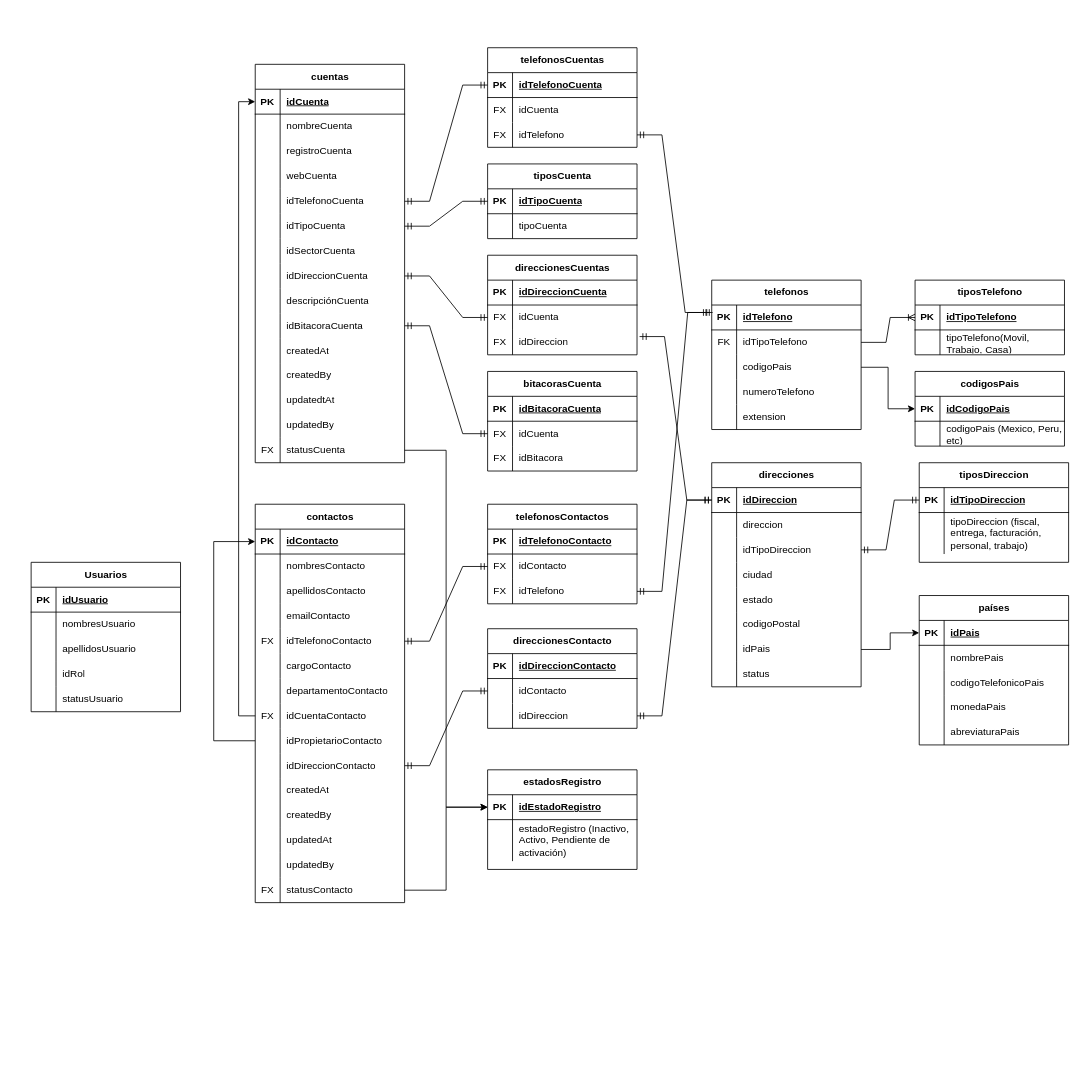
Earlier version of the draw.io diagram bd people.drawio (ocpdata/BDPeople). Source tidied: cells renumbered, new cells numbered last; positions are measured from the earlier drawing's top-left corner, leaving out a move shared by most shapes. Both pictures are drawn from the tidied source at 83%, with x=0, y=0 at pixel (31, 47).
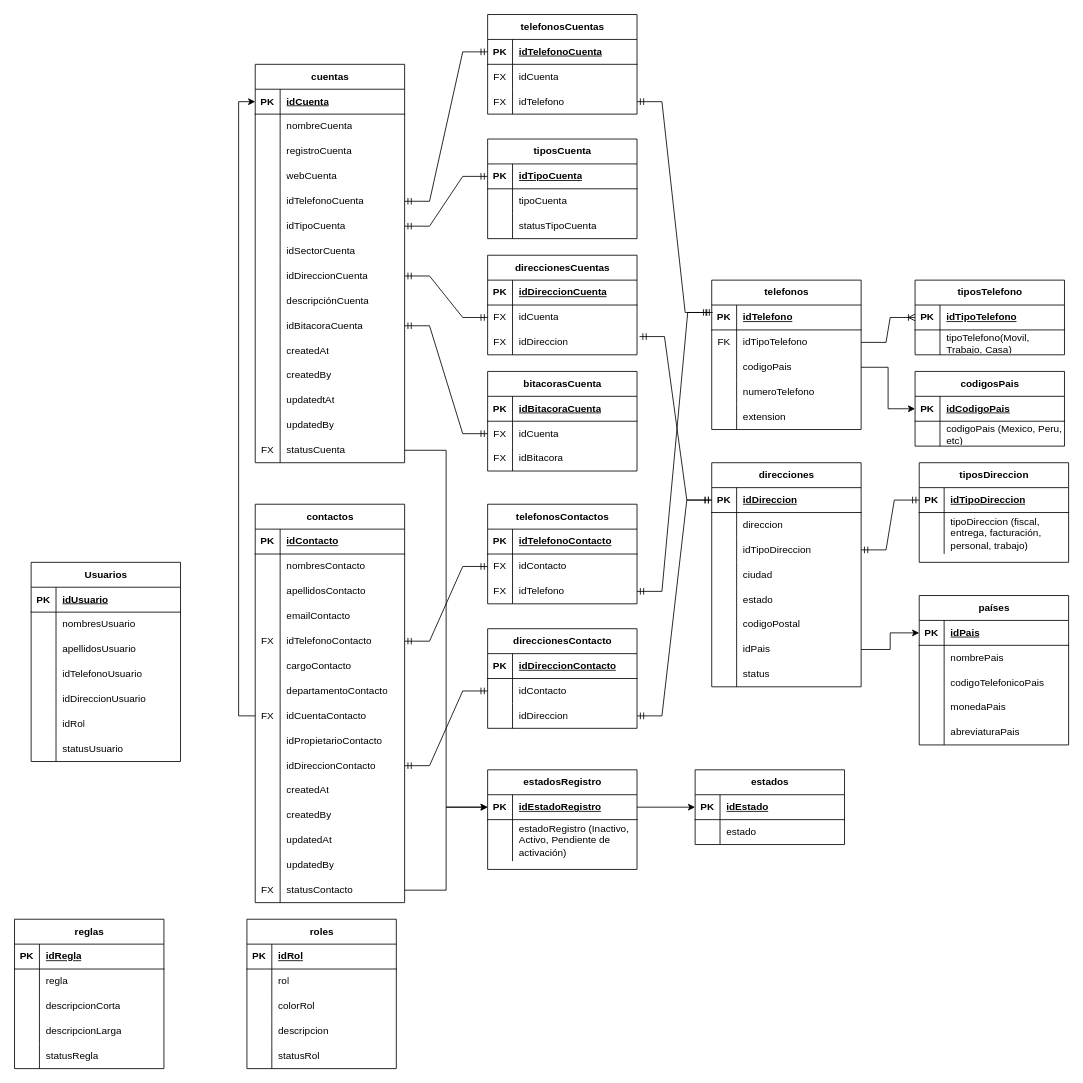
Above is the later version.

The change refers to these unchanged cells:
```xml
<mxCell id="49" style="shape=tableRow;horizontal=0;startSize=0;swimlaneHead=0;swimlaneBody=0;fillColor=none;points=[[0,0.5],[1,0.5]];portConstraint=eastwest;top=0;left=0;right=0;bottom=1;" parent="48" vertex="1">
  <mxGeometry y="30" width="180" height="30" as="geometry" />
</mxCell>
<mxCell id="73" style="shape=tableRow;horizontal=0;startSize=0;swimlaneHead=0;swimlaneBody=0;fillColor=none;points=[[0,0.5],[1,0.5]];portConstraint=eastwest;top=0;left=0;right=0;bottom=0;" parent="48" vertex="1">
  <mxGeometry y="270" width="180" height="30" as="geometry" />
</mxCell>
<mxCell id="245" style="shape=tableRow;horizontal=0;startSize=0;swimlaneHead=0;swimlaneBody=0;fillColor=none;points=[[0,0.5],[1,0.5]];portConstraint=eastwest;top=0;left=0;right=0;bottom=1;" parent="244" vertex="1">
  <mxGeometry y="30" width="180" height="30" as="geometry" />
</mxCell>
```

The edit, as a diff of the source:
```diff
@@
-    <mxCell id="163" style="edgeStyle=orthogonalEdgeStyle;rounded=0;jettySize=auto;html=1;exitX=0;exitY=0.5;exitDx=0;exitDy=0;entryX=0;entryY=0.5;entryDx=0;entryDy=0;" parent="1" edge="1" source="73" target="49">
-      <mxGeometry relative="1" as="geometry">
-        <Array as="points">
-          <mxPoint x="220" y="835" />
-          <mxPoint x="220" y="595" />
-        </Array>
-      </mxGeometry>
-    </mxCell>
@@
     <mxCell id="166" value="telefonosCuentas" style="shape=table;startSize=30;childLayout=tableLayout;rowLines=0;fontStyle=1;align=center;html=1;" parent="1" vertex="1">
-      <mxGeometry x="550" width="180" height="120" as="geometry" />
+      <mxGeometry x="550" y="-40" width="180" height="120" as="geometry" />
     </mxCell>
@@
     <mxCell id="200" value="tiposCuenta" style="shape=table;startSize=30;childLayout=tableLayout;rowLines=0;fontStyle=1;align=center;html=1;" parent="1" vertex="1">
-      <mxGeometry x="550" y="140" width="180" height="90" as="geometry" />
+      <mxGeometry x="550" y="110" width="180" height="120" as="geometry" />
     </mxCell>
@@
+    <mxCell id="270" style="shape=tableRow;horizontal=0;startSize=0;swimlaneHead=0;swimlaneBody=0;fillColor=none;top=0;left=0;right=0;bottom=0;" parent="200" vertex="1">
+      <mxGeometry y="90" width="180" height="30" as="geometry" />
+    </mxCell>
+    <mxCell id="271" style="shape=partialRectangle;fillColor=none;top=0;left=0;bottom=0;right=0;overflow=hidden;whiteSpace=wrap;html=1;" parent="270" vertex="1">
+      <mxGeometry width="30" height="30" as="geometry" />
+    </mxCell>
+    <mxCell id="272" value="statusTipoCuenta" style="shape=partialRectangle;fillColor=none;top=0;left=0;bottom=0;right=0;align=left;spacingLeft=6;overflow=hidden;whiteSpace=wrap;html=1;" parent="270" vertex="1">
+      <mxGeometry x="30" width="150" height="30" as="geometry" />
+    </mxCell>
@@
     <mxCell id="254" value="Usuarios" style="shape=table;startSize=30;childLayout=tableLayout;rowLines=0;fontStyle=1;align=center;html=1;" parent="1" vertex="1">
-      <mxGeometry y="620" width="180" height="180" as="geometry" />
+      <mxGeometry y="620" width="180" height="240" as="geometry" />
     </mxCell>
@@
+    <mxCell id="273" style="shape=tableRow;horizontal=0;startSize=0;swimlaneHead=0;swimlaneBody=0;fillColor=none;top=0;left=0;right=0;bottom=0;" parent="254" vertex="1">
+      <mxGeometry y="120" width="180" height="30" as="geometry" />
+    </mxCell>
+    <mxCell id="274" style="shape=partialRectangle;fillColor=none;top=0;left=0;bottom=0;right=0;overflow=hidden;whiteSpace=wrap;html=1;" parent="273" vertex="1">
+      <mxGeometry width="30" height="30" as="geometry" />
+    </mxCell>
+    <mxCell id="275" value="idTelefonoUsuario" style="shape=partialRectangle;fillColor=none;top=0;left=0;bottom=0;right=0;align=left;spacingLeft=6;overflow=hidden;whiteSpace=wrap;html=1;" parent="273" vertex="1">
+      <mxGeometry x="30" width="150" height="30" as="geometry" />
+    </mxCell>
+    <mxCell id="276" style="shape=tableRow;horizontal=0;startSize=0;swimlaneHead=0;swimlaneBody=0;fillColor=none;top=0;left=0;right=0;bottom=0;" parent="254" vertex="1">
+      <mxGeometry y="150" width="180" height="30" as="geometry" />
+    </mxCell>
+    <mxCell id="277" style="shape=partialRectangle;fillColor=none;top=0;left=0;bottom=0;right=0;overflow=hidden;whiteSpace=wrap;html=1;" parent="276" vertex="1">
+      <mxGeometry width="30" height="30" as="geometry" />
+    </mxCell>
+    <mxCell id="278" value="idDireccionUsuario" style="shape=partialRectangle;fillColor=none;top=0;left=0;bottom=0;right=0;align=left;spacingLeft=6;overflow=hidden;whiteSpace=wrap;html=1;" parent="276" vertex="1">
+      <mxGeometry x="30" width="150" height="30" as="geometry" />
+    </mxCell>
     <mxCell id="264" style="shape=tableRow;horizontal=0;startSize=0;swimlaneHead=0;swimlaneBody=0;fillColor=none;top=0;left=0;right=0;bottom=0;" parent="254" vertex="1">
-      <mxGeometry y="120" width="180" height="30" as="geometry" />
+      <mxGeometry y="180" width="180" height="30" as="geometry" />
     </mxCell>
@@
     <mxCell id="267" style="shape=tableRow;horizontal=0;startSize=0;swimlaneHead=0;swimlaneBody=0;fillColor=none;top=0;left=0;right=0;bottom=0;" parent="254" vertex="1">
-      <mxGeometry y="150" width="180" height="30" as="geometry" />
+      <mxGeometry y="210" width="180" height="30" as="geometry" />
     </mxCell>
@@
+    <mxCell id="279" value="reglas" style="shape=table;startSize=30;childLayout=tableLayout;rowLines=0;fontStyle=1;align=center;html=1;" parent="1" vertex="1">
+      <mxGeometry x="-20" y="1050" width="180" height="180" as="geometry" />
+    </mxCell>
+    <mxCell id="280" style="shape=tableRow;horizontal=0;startSize=0;swimlaneHead=0;swimlaneBody=0;fillColor=none;top=0;left=0;right=0;bottom=1;" parent="279" vertex="1">
+      <mxGeometry y="30" width="180" height="30" as="geometry" />
+    </mxCell>
+    <mxCell id="281" value="PK" style="shape=partialRectangle;fillColor=none;top=0;left=0;bottom=0;right=0;fontStyle=1;overflow=hidden;whiteSpace=wrap;html=1;" parent="280" vertex="1">
+      <mxGeometry width="30" height="30" as="geometry" />
+    </mxCell>
+    <mxCell id="282" value="idRegla" style="shape=partialRectangle;fillColor=none;top=0;left=0;bottom=0;right=0;align=left;spacingLeft=6;fontStyle=5;overflow=hidden;whiteSpace=wrap;html=1;" parent="280" vertex="1">
+      <mxGeometry x="30" width="150" height="30" as="geometry" />
+    </mxCell>
+    <mxCell id="283" style="shape=tableRow;horizontal=0;startSize=0;swimlaneHead=0;swimlaneBody=0;fillColor=none;top=0;left=0;right=0;bottom=0;" parent="279" vertex="1">
+      <mxGeometry y="60" width="180" height="30" as="geometry" />
+    </mxCell>
+    <mxCell id="284" style="shape=partialRectangle;fillColor=none;top=0;left=0;bottom=0;right=0;overflow=hidden;whiteSpace=wrap;html=1;" parent="283" vertex="1">
+      <mxGeometry width="30" height="30" as="geometry" />
+    </mxCell>
+    <mxCell id="285" value="regla" style="shape=partialRectangle;fillColor=none;top=0;left=0;bottom=0;right=0;align=left;spacingLeft=6;overflow=hidden;whiteSpace=wrap;html=1;" parent="283" vertex="1">
+      <mxGeometry x="30" width="150" height="30" as="geometry" />
+    </mxCell>
+    <mxCell id="286" style="shape=tableRow;horizontal=0;startSize=0;swimlaneHead=0;swimlaneBody=0;fillColor=none;top=0;left=0;right=0;bottom=0;" parent="279" vertex="1">
+      <mxGeometry y="90" width="180" height="30" as="geometry" />
+    </mxCell>
+    <mxCell id="287" style="shape=partialRectangle;fillColor=none;top=0;left=0;bottom=0;right=0;overflow=hidden;whiteSpace=wrap;html=1;" parent="286" vertex="1">
+      <mxGeometry width="30" height="30" as="geometry" />
+    </mxCell>
+    <mxCell id="288" value="descripcionCorta" style="shape=partialRectangle;fillColor=none;top=0;left=0;bottom=0;right=0;align=left;spacingLeft=6;overflow=hidden;whiteSpace=wrap;html=1;" parent="286" vertex="1">
+      <mxGeometry x="30" width="150" height="30" as="geometry" />
+    </mxCell>
+    <mxCell id="289" style="shape=tableRow;horizontal=0;startSize=0;swimlaneHead=0;swimlaneBody=0;fillColor=none;top=0;left=0;right=0;bottom=0;" parent="279" vertex="1">
+      <mxGeometry y="120" width="180" height="30" as="geometry" />
+    </mxCell>
+    <mxCell id="290" style="shape=partialRectangle;fillColor=none;top=0;left=0;bottom=0;right=0;overflow=hidden;whiteSpace=wrap;html=1;" parent="289" vertex="1">
+      <mxGeometry width="30" height="30" as="geometry" />
+    </mxCell>
+    <mxCell id="291" value="descripcionLarga" style="shape=partialRectangle;fillColor=none;top=0;left=0;bottom=0;right=0;align=left;spacingLeft=6;overflow=hidden;whiteSpace=wrap;html=1;" parent="289" vertex="1">
+      <mxGeometry x="30" width="150" height="30" as="geometry" />
+    </mxCell>
+    <mxCell id="292" style="shape=tableRow;horizontal=0;startSize=0;swimlaneHead=0;swimlaneBody=0;fillColor=none;top=0;left=0;right=0;bottom=0;" parent="279" vertex="1">
+      <mxGeometry y="150" width="180" height="30" as="geometry" />
+    </mxCell>
+    <mxCell id="293" style="shape=partialRectangle;fillColor=none;top=0;left=0;bottom=0;right=0;overflow=hidden;whiteSpace=wrap;html=1;" parent="292" vertex="1">
+      <mxGeometry width="30" height="30" as="geometry" />
+    </mxCell>
+    <mxCell id="294" value="statusRegla" style="shape=partialRectangle;fillColor=none;top=0;left=0;bottom=0;right=0;align=left;spacingLeft=6;overflow=hidden;whiteSpace=wrap;html=1;" parent="292" vertex="1">
+      <mxGeometry x="30" width="150" height="30" as="geometry" />
+    </mxCell>
+    <mxCell id="295" value="roles" style="shape=table;startSize=30;childLayout=tableLayout;rowLines=0;fontStyle=1;align=center;html=1;" parent="1" vertex="1">
+      <mxGeometry x="260" y="1050" width="180" height="180" as="geometry" />
+    </mxCell>
+    <mxCell id="296" style="shape=tableRow;horizontal=0;startSize=0;swimlaneHead=0;swimlaneBody=0;fillColor=none;top=0;left=0;right=0;bottom=1;" parent="295" vertex="1">
+      <mxGeometry y="30" width="180" height="30" as="geometry" />
+    </mxCell>
+    <mxCell id="297" value="PK" style="shape=partialRectangle;fillColor=none;top=0;left=0;bottom=0;right=0;fontStyle=1;overflow=hidden;whiteSpace=wrap;html=1;" parent="296" vertex="1">
+      <mxGeometry width="30" height="30" as="geometry" />
+    </mxCell>
+    <mxCell id="298" value="idRol" style="shape=partialRectangle;fillColor=none;top=0;left=0;bottom=0;right=0;align=left;spacingLeft=6;fontStyle=5;overflow=hidden;whiteSpace=wrap;html=1;" parent="296" vertex="1">
+      <mxGeometry x="30" width="150" height="30" as="geometry" />
+    </mxCell>
+    <mxCell id="299" style="shape=tableRow;horizontal=0;startSize=0;swimlaneHead=0;swimlaneBody=0;fillColor=none;top=0;left=0;right=0;bottom=0;" parent="295" vertex="1">
+      <mxGeometry y="60" width="180" height="30" as="geometry" />
+    </mxCell>
+    <mxCell id="300" style="shape=partialRectangle;fillColor=none;top=0;left=0;bottom=0;right=0;overflow=hidden;whiteSpace=wrap;html=1;" parent="299" vertex="1">
+      <mxGeometry width="30" height="30" as="geometry" />
+    </mxCell>
+    <mxCell id="301" value="rol" style="shape=partialRectangle;fillColor=none;top=0;left=0;bottom=0;right=0;align=left;spacingLeft=6;overflow=hidden;whiteSpace=wrap;html=1;" parent="299" vertex="1">
+      <mxGeometry x="30" width="150" height="30" as="geometry" />
+    </mxCell>
+    <mxCell id="302" style="shape=tableRow;horizontal=0;startSize=0;swimlaneHead=0;swimlaneBody=0;fillColor=none;top=0;left=0;right=0;bottom=0;" parent="295" vertex="1">
+      <mxGeometry y="90" width="180" height="30" as="geometry" />
+    </mxCell>
+    <mxCell id="303" style="shape=partialRectangle;fillColor=none;top=0;left=0;bottom=0;right=0;overflow=hidden;whiteSpace=wrap;html=1;" parent="302" vertex="1">
+      <mxGeometry width="30" height="30" as="geometry" />
+    </mxCell>
+    <mxCell id="304" value="colorRol" style="shape=partialRectangle;fillColor=none;top=0;left=0;bottom=0;right=0;align=left;spacingLeft=6;overflow=hidden;whiteSpace=wrap;html=1;" parent="302" vertex="1">
+      <mxGeometry x="30" width="150" height="30" as="geometry" />
+    </mxCell>
+    <mxCell id="305" style="shape=tableRow;horizontal=0;startSize=0;swimlaneHead=0;swimlaneBody=0;fillColor=none;top=0;left=0;right=0;bottom=0;" parent="295" vertex="1">
+      <mxGeometry y="120" width="180" height="30" as="geometry" />
+    </mxCell>
+    <mxCell id="306" style="shape=partialRectangle;fillColor=none;top=0;left=0;bottom=0;right=0;overflow=hidden;whiteSpace=wrap;html=1;" parent="305" vertex="1">
+      <mxGeometry width="30" height="30" as="geometry" />
+    </mxCell>
+    <mxCell id="307" value="descripcion" style="shape=partialRectangle;fillColor=none;top=0;left=0;bottom=0;right=0;align=left;spacingLeft=6;overflow=hidden;whiteSpace=wrap;html=1;" parent="305" vertex="1">
+      <mxGeometry x="30" width="150" height="30" as="geometry" />
+    </mxCell>
+    <mxCell id="308" style="shape=tableRow;horizontal=0;startSize=0;swimlaneHead=0;swimlaneBody=0;fillColor=none;top=0;left=0;right=0;bottom=0;" parent="295" vertex="1">
+      <mxGeometry y="150" width="180" height="30" as="geometry" />
+    </mxCell>
+    <mxCell id="309" style="shape=partialRectangle;fillColor=none;top=0;left=0;bottom=0;right=0;overflow=hidden;whiteSpace=wrap;html=1;" parent="308" vertex="1">
+      <mxGeometry width="30" height="30" as="geometry" />
+    </mxCell>
+    <mxCell id="310" value="statusRol" style="shape=partialRectangle;fillColor=none;top=0;left=0;bottom=0;right=0;align=left;spacingLeft=6;overflow=hidden;whiteSpace=wrap;html=1;" parent="308" vertex="1">
+      <mxGeometry x="30" width="150" height="30" as="geometry" />
+    </mxCell>
+    <mxCell id="311" value="estados" style="shape=table;startSize=30;childLayout=tableLayout;rowLines=0;fontStyle=1;align=center;html=1;" parent="1" vertex="1">
+      <mxGeometry x="800" y="870" width="180" height="90" as="geometry" />
+    </mxCell>
+    <mxCell id="312" style="shape=tableRow;horizontal=0;startSize=0;swimlaneHead=0;swimlaneBody=0;fillColor=none;points=[[0,0.5],[1,0.5]];portConstraint=eastwest;top=0;left=0;right=0;bottom=1;" parent="311" vertex="1">
+      <mxGeometry y="30" width="180" height="30" as="geometry" />
+    </mxCell>
+    <mxCell id="313" value="PK" style="shape=partialRectangle;fillColor=none;top=0;left=0;bottom=0;right=0;fontStyle=1;overflow=hidden;whiteSpace=wrap;html=1;" parent="312" vertex="1">
+      <mxGeometry width="30" height="30" as="geometry" />
+    </mxCell>
+    <mxCell id="314" value="idEstado" style="shape=partialRectangle;fillColor=none;top=0;left=0;bottom=0;right=0;align=left;spacingLeft=6;fontStyle=5;overflow=hidden;whiteSpace=wrap;html=1;" parent="312" vertex="1">
+      <mxGeometry x="30" width="150" height="30" as="geometry" />
+    </mxCell>
+    <mxCell id="315" style="shape=tableRow;horizontal=0;startSize=0;swimlaneHead=0;swimlaneBody=0;fillColor=none;top=0;left=0;right=0;bottom=0;" parent="311" vertex="1">
+      <mxGeometry y="60" width="180" height="30" as="geometry" />
+    </mxCell>
+    <mxCell id="316" style="shape=partialRectangle;fillColor=none;top=0;left=0;bottom=0;right=0;overflow=hidden;whiteSpace=wrap;html=1;" parent="315" vertex="1">
+      <mxGeometry width="30" height="30" as="geometry" />
+    </mxCell>
+    <mxCell id="317" value="estado" style="shape=partialRectangle;fillColor=none;top=0;left=0;bottom=0;right=0;align=left;spacingLeft=6;overflow=hidden;whiteSpace=wrap;html=1;" parent="315" vertex="1">
+      <mxGeometry x="30" width="150" height="30" as="geometry" />
+    </mxCell>
+    <mxCell id="318" style="edgeStyle=orthogonalEdgeStyle;rounded=0;jettySize=auto;html=1;exitX=1;exitY=0.5;exitDx=0;exitDy=0;entryX=0;entryY=0.5;entryDx=0;entryDy=0;" parent="1" edge="1" source="245" target="312">
+      <mxGeometry relative="1" as="geometry" />
+    </mxCell>
```
